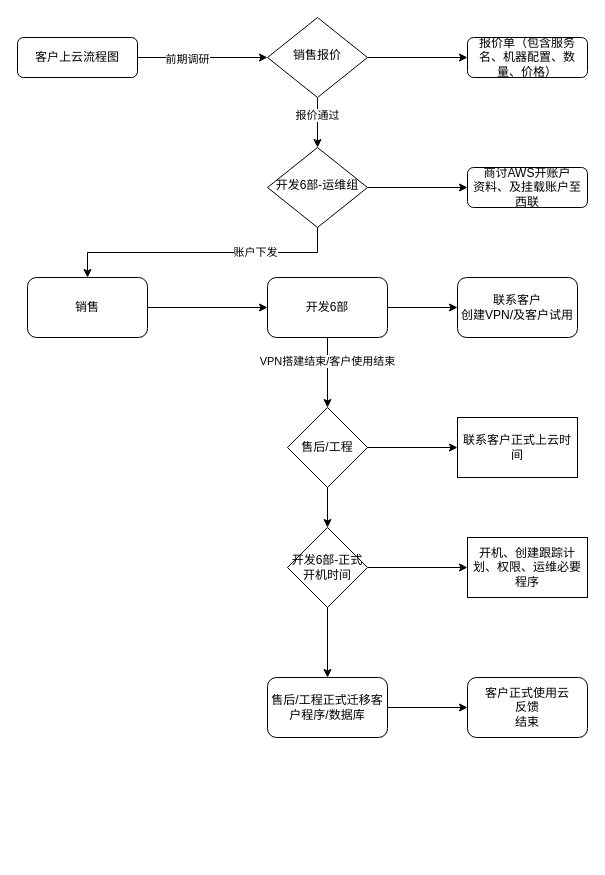
Earlier version of the draw.io diagram 客户上云流程.drawio (xiaoxin1991/Odoo-App-Auth-OAuth-Keycloak). Source tidied: cells renumbered, new cells numbered last; positions are measured from the earlier drawing's top-left corner, leaving out a move shared by most shapes. Both pictures are drawn from the tidied source at 100%, with x=0, y=0 at pixel (17, 17).
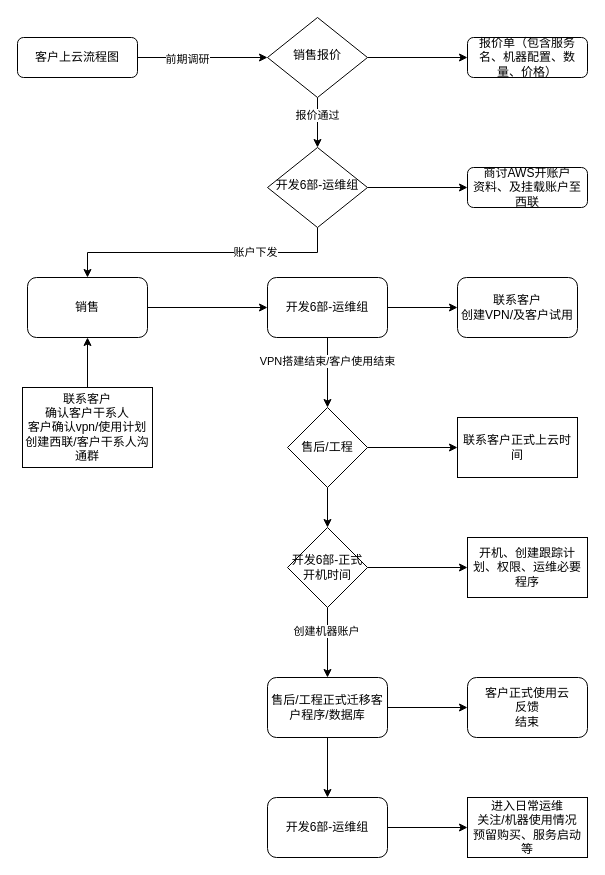
Above is the later version.

Commit message:
更新客户上云流程.drawio

Unchanged cells that the change refers to:
```xml
<mxCell id="16" value="销售" style="rounded=1;whiteSpace=wrap;html=1;" parent="1" vertex="1">
  <mxGeometry x="10" y="260" width="120" height="60" as="geometry" />
</mxCell>
<mxCell id="27" style="edgeStyle=orthogonalEdgeStyle;rounded=0;jettySize=auto;html=1;entryX=0.5;entryY=0;entryDx=0;entryDy=0;" parent="1" edge="1" source="28" target="30">
  <mxGeometry relative="1" as="geometry" />
</mxCell>
<mxCell id="30" value="售后/工程正式迁移客户程序/数据库" style="rounded=1;whiteSpace=wrap;html=1;" parent="1" vertex="1">
  <mxGeometry x="250" y="660" width="120" height="60" as="geometry" />
</mxCell>
```

The edit, as a diff of the source:
```diff
@@
-    <mxCell id="20" value="开发6部" style="rounded=1;whiteSpace=wrap;html=1;" parent="1" vertex="1">
+    <mxCell id="20" value="开发6部-运维组" style="rounded=1;whiteSpace=wrap;html=1;" parent="1" vertex="1">
       <mxGeometry x="250" y="260" width="120" height="60" as="geometry" />
     </mxCell>
@@
+    <mxCell id="33" value="创建机器账户" style="edgeLabel;html=1;align=center;verticalAlign=middle;" parent="27" vertex="1">
+      <mxGeometry x="-0.33" y="-2" relative="1" as="geometry" />
+    </mxCell>
@@
+    <mxCell id="34" style="edgeStyle=orthogonalEdgeStyle;rounded=0;jettySize=auto;html=1;entryX=0.5;entryY=0;entryDx=0;entryDy=0;" parent="1" edge="1" source="30" target="38">
+      <mxGeometry relative="1" as="geometry" />
+    </mxCell>
@@
+    <mxCell id="35" style="edgeStyle=orthogonalEdgeStyle;rounded=0;jettySize=auto;html=1;entryX=0.5;entryY=1;entryDx=0;entryDy=0;" parent="1" edge="1" source="36" target="16">
+      <mxGeometry relative="1" as="geometry" />
+    </mxCell>
+    <mxCell id="36" value="联系客户&lt;br&gt;确认客户干系人&lt;br&gt;客户确认vpn/使用计划&lt;br&gt;创建西联/客户干系人沟通群" style="rounded=0;whiteSpace=wrap;html=1;" parent="1" vertex="1">
+      <mxGeometry x="5" y="370" width="130" height="80" as="geometry" />
+    </mxCell>
+    <mxCell id="37" style="edgeStyle=orthogonalEdgeStyle;rounded=0;jettySize=auto;html=1;entryX=0;entryY=0.5;entryDx=0;entryDy=0;" parent="1" edge="1" source="38" target="39">
+      <mxGeometry relative="1" as="geometry" />
+    </mxCell>
+    <mxCell id="38" value="开发6部-运维组" style="rounded=1;whiteSpace=wrap;html=1;" parent="1" vertex="1">
+      <mxGeometry x="250" y="780" width="120" height="60" as="geometry" />
+    </mxCell>
+    <mxCell id="39" value="进入日常运维&lt;br&gt;关注/机器使用情况&lt;br&gt;预留购买、服务启动等" style="rounded=0;whiteSpace=wrap;html=1;" parent="1" vertex="1">
+      <mxGeometry x="450" y="780" width="120" height="60" as="geometry" />
+    </mxCell>
```
